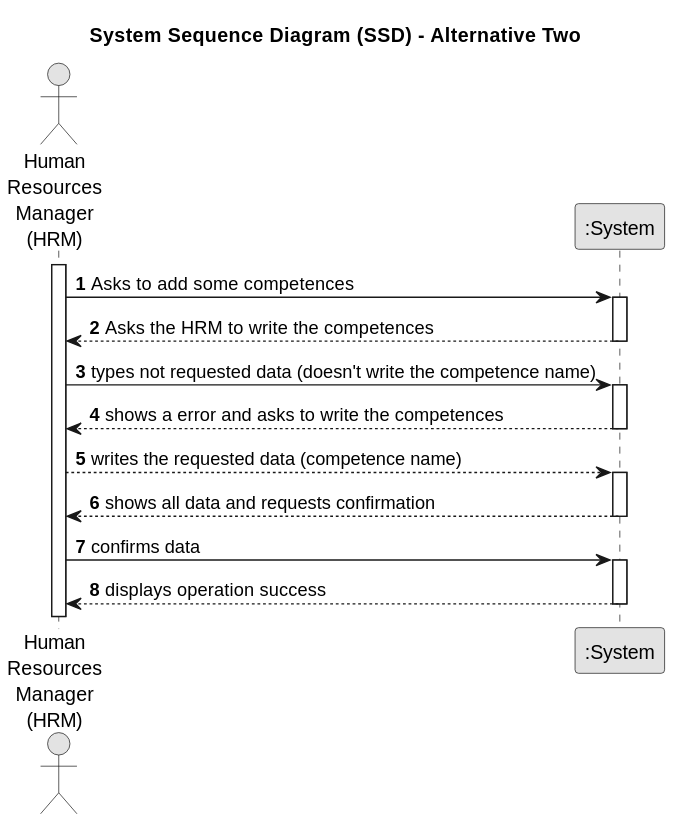
Earlier version of the PlantUML export docs/sprintA/us001/01.requirements-engineering/svg/us001-system-sequence-diagram-alternative-two.svg (diogoveirospro/lei-24-s2-1dg-g072).
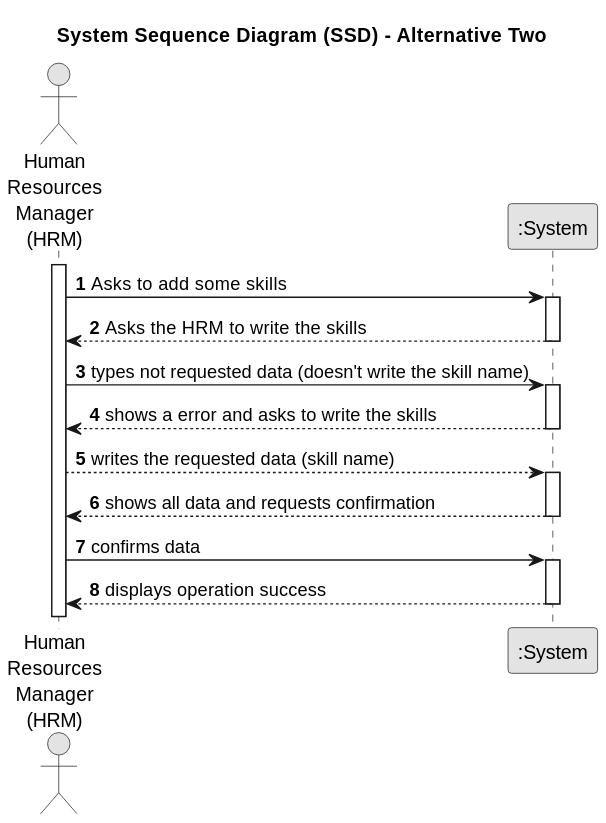
After the commit.

Diff of the diagram source:
```diff
@@ -3,7 +3,7 @@
 skinparam packageStyle rectangle
 skinparam shadowing false
 
-title System Sequence Diagram (SSD) - Alternative One
+title System Sequence Diagram (SSD) - Alternative Two
 
 autonumber
 
@@ -12,18 +12,18 @@
 
 activate Employee
 
-    Employee -> System : Asks to add some competences
+    Employee -> System : Asks to add some skills
     activate System
 
-        System --> Employee : Asks the HRM to write the competences
+        System --> Employee : Asks the HRM to write the skills
     deactivate System
 
-    Employee -> System : types not requested data (doesn't write the competence name)
+    Employee -> System : types not requested data (doesn't write the skill name)
     activate System
 
-        System --> Employee : shows a error and asks to write the competences
+        System --> Employee : shows a error and asks to write the skills
     deactivate System
-        Employee --> System : writes the requested data (competence name)
+        Employee --> System : writes the requested data (skill name)
     activate System
 
         System --> Employee : shows all data and requests confirmation
```
